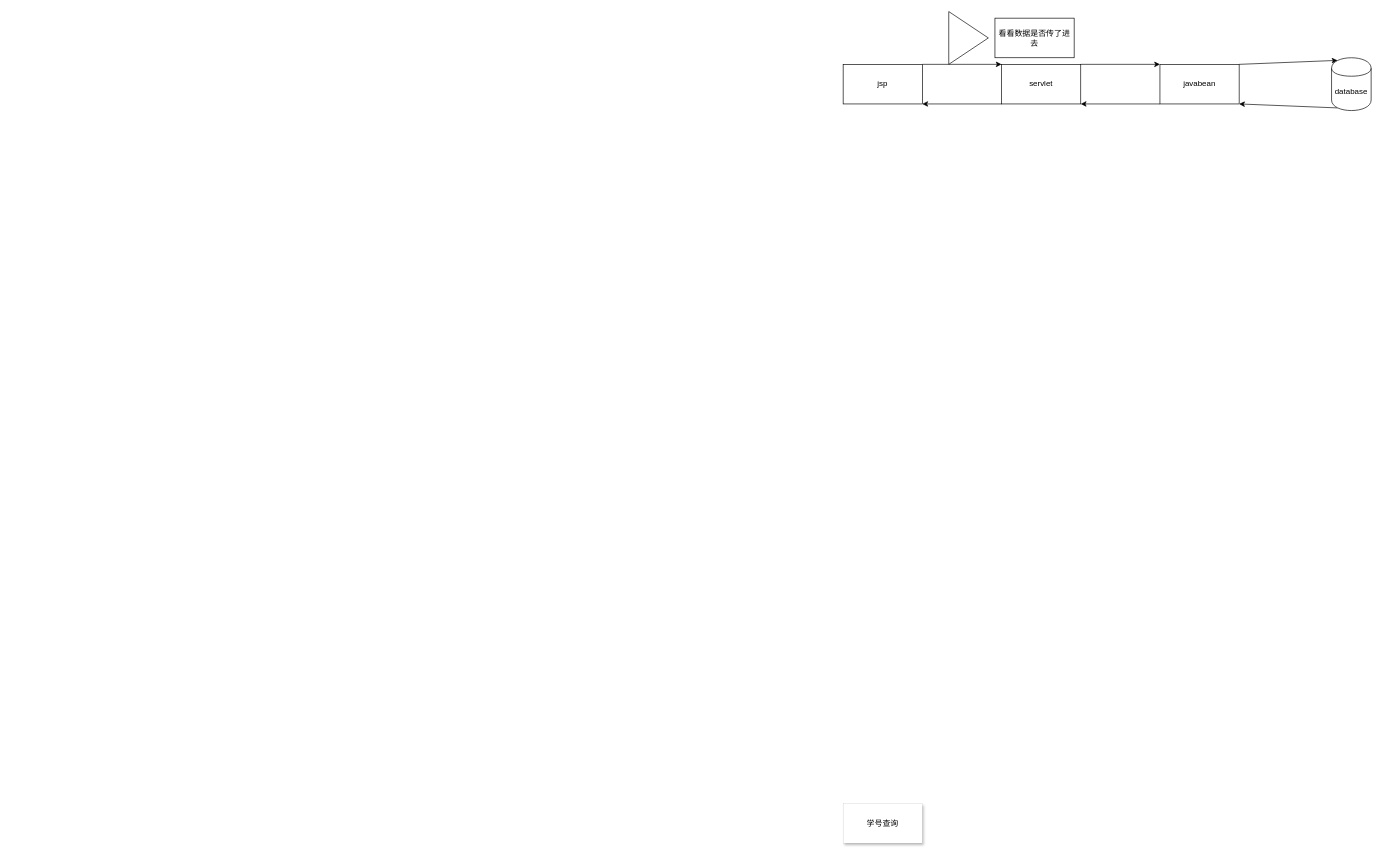
Before: dormsys/note/search.drawio in Canwaiting/note, a draw.io diagram. Source tidied: cells renumbered, new cells numbered last; positions are measured from the earlier drawing's top-left corner, leaving out a move shared by most shapes. Both pictures are drawn from the tidied source at 66%, with x=0, y=0 at pixel (843, 11).
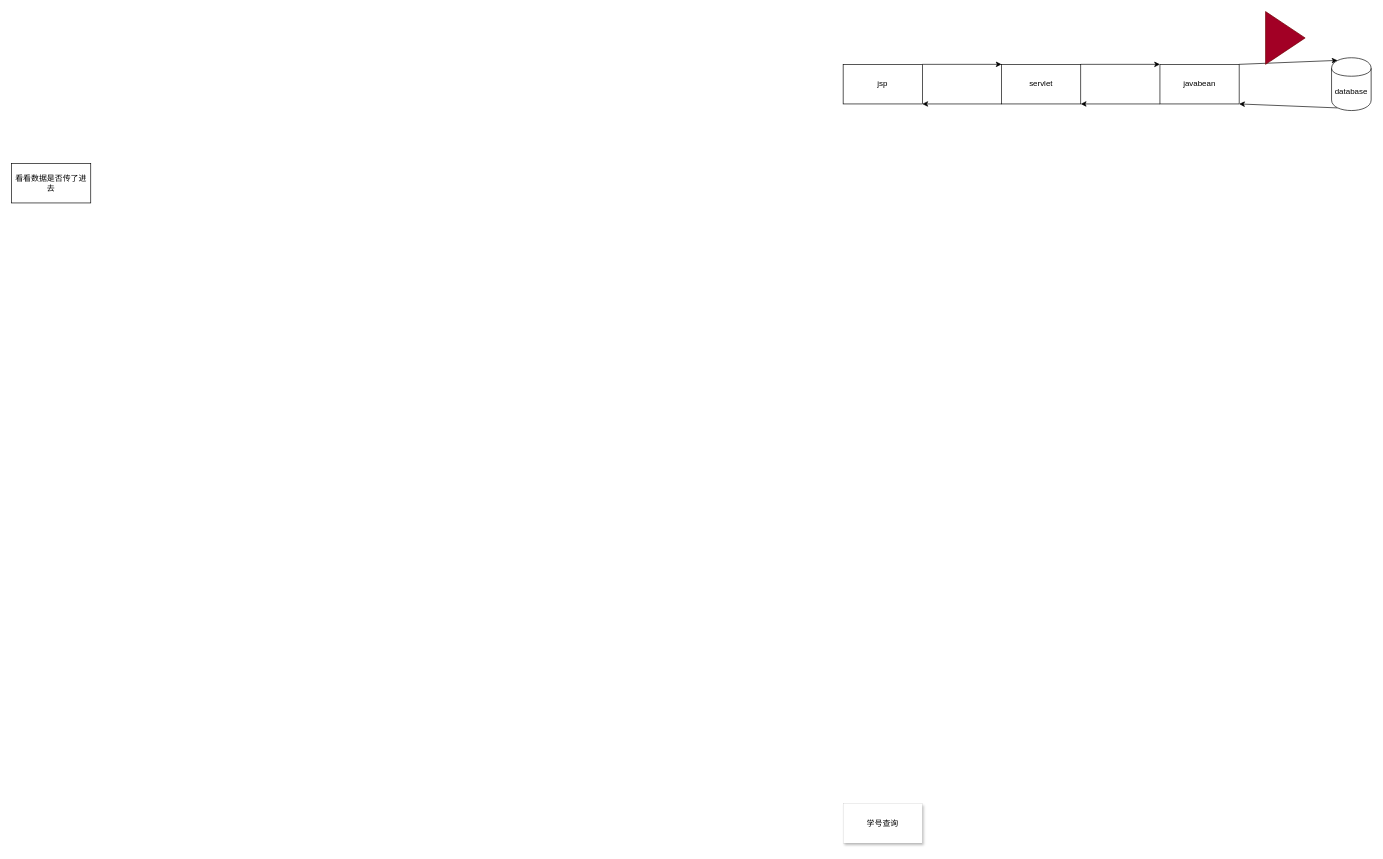
After the change.

What changed in the source:
```diff
@@
 <mxGraphModel background="#FFFFFF">
   <root>
     <mxCell id="0" />
     <mxCell id="1" parent="0" />
     <mxCell id="2" value="学号查询" style="whiteSpace=wrap;html=1;shadow=1;strokeWidth=0;" parent="1" vertex="1">
       <mxGeometry y="1200" width="120" height="60" as="geometry" />
     </mxCell>
     <mxCell id="3" style="edgeStyle=none;html=1;exitX=1;exitY=0;exitDx=0;exitDy=0;entryX=0;entryY=0;entryDx=0;entryDy=0;strokeColor=#000000;" parent="1" edge="1" source="4" target="7">
       <mxGeometry relative="1" as="geometry" />
     </mxCell>
     <mxCell id="4" value="jsp" style="whiteSpace=wrap;html=1;" parent="1" vertex="1">
       <mxGeometry y="80" width="120" height="60" as="geometry" />
     </mxCell>
     <mxCell id="5" style="edgeStyle=none;html=1;exitX=0;exitY=1;exitDx=0;exitDy=0;entryX=1;entryY=1;entryDx=0;entryDy=0;strokeColor=#000000;" parent="1" edge="1" source="7" target="4">
       <mxGeometry relative="1" as="geometry" />
     </mxCell>
     <mxCell id="6" style="edgeStyle=none;html=1;exitX=1;exitY=0;exitDx=0;exitDy=0;entryX=0;entryY=0;entryDx=0;entryDy=0;strokeColor=#000000;" parent="1" edge="1" source="7" target="10">
       <mxGeometry relative="1" as="geometry" />
     </mxCell>
     <mxCell id="7" value="servlet" style="whiteSpace=wrap;html=1;" parent="1" vertex="1">
       <mxGeometry x="240" y="80" width="120" height="60" as="geometry" />
     </mxCell>
     <mxCell id="8" style="edgeStyle=none;html=1;exitX=0;exitY=1;exitDx=0;exitDy=0;entryX=1;entryY=1;entryDx=0;entryDy=0;strokeColor=#000000;" parent="1" edge="1" source="10" target="7">
       <mxGeometry relative="1" as="geometry" />
     </mxCell>
     <mxCell id="9" style="edgeStyle=none;html=1;exitX=1;exitY=0;exitDx=0;exitDy=0;entryX=0.15;entryY=0.05;entryDx=0;entryDy=0;entryPerimeter=0;strokeColor=#000000;" parent="1" edge="1" source="10" target="12">
       <mxGeometry relative="1" as="geometry" />
     </mxCell>
     <mxCell id="10" value="javabean" style="whiteSpace=wrap;html=1;" parent="1" vertex="1">
       <mxGeometry x="480" y="80" width="120" height="60" as="geometry" />
     </mxCell>
     <mxCell id="11" style="edgeStyle=none;html=1;exitX=0.15;exitY=0.95;exitDx=0;exitDy=0;exitPerimeter=0;entryX=1;entryY=1;entryDx=0;entryDy=0;strokeColor=#000000;" parent="1" edge="1" source="12" target="10">
       <mxGeometry relative="1" as="geometry" />
     </mxCell>
     <mxCell id="12" value="database" style="shape=cylinder;whiteSpace=wrap;html=1;boundedLbl=1;backgroundOutline=1;" parent="1" vertex="1">
       <mxGeometry x="740" y="70" width="60" height="80" as="geometry" />
     </mxCell>
-    <mxCell id="13" style="triangle;whiteSpace=wrap;html=1;" parent="1" vertex="1">
-      <mxGeometry x="160" width="60" height="80" as="geometry" />
+    <mxCell id="13" style="triangle;whiteSpace=wrap;html=1;fillColor=#a20025;strokeColor=#6F0000;fontColor=#ffffff;" parent="1" vertex="1">
+      <mxGeometry x="640" width="60" height="80" as="geometry" />
     </mxCell>
     <mxCell id="14" value="看看数据是否传了进去" style="whiteSpace=wrap;html=1;" parent="1" vertex="1">
-      <mxGeometry x="230" y="10" width="120" height="60" as="geometry" />
+      <mxGeometry x="-1260" y="230" width="120" height="60" as="geometry" />
     </mxCell>
   </root>
 </mxGraphModel>
```
